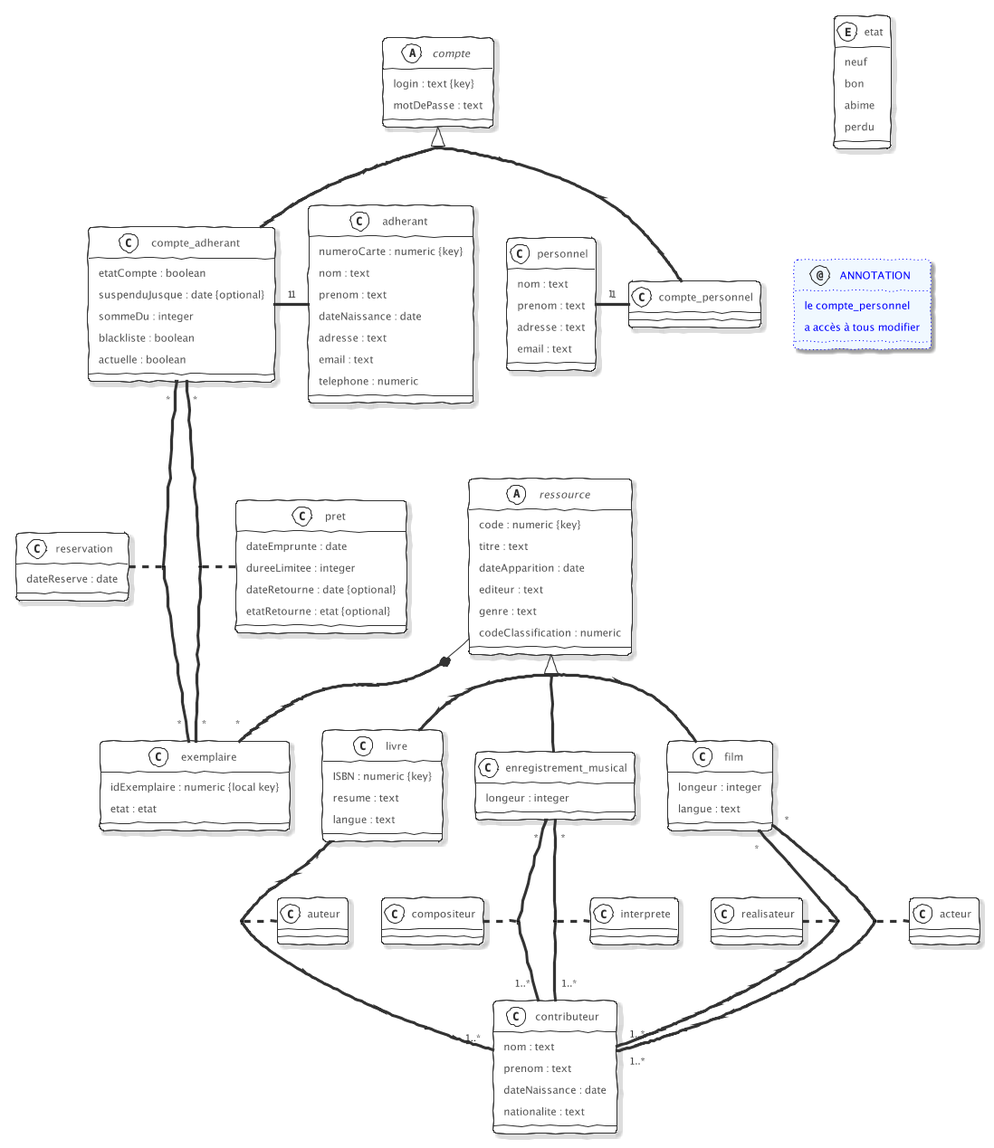
Before: rendu 2/MCD Biblio.png, a diagram exported from PlantUML (Ocean2356/Library-Management-System).
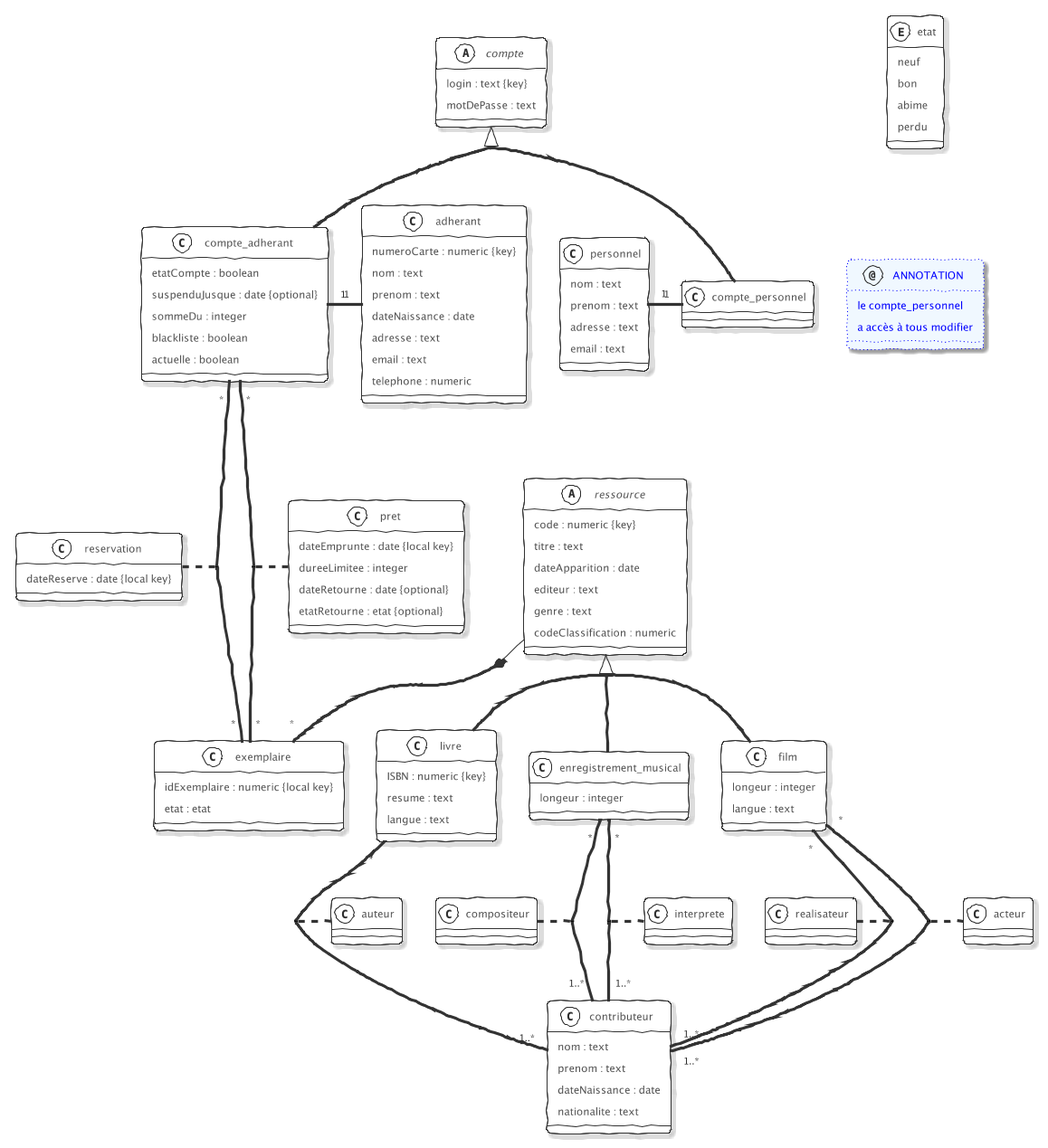
The same diagram one commit later.

Commit message:
Rajout local key

What changed in the source:
```diff
@@ -145,14 +145,14 @@
 
 
 class pret{
-    dateEmprunte : date
+    dateEmprunte : date {local key}
     dureeLimitee : integer
     dateRetourne : date {optional}
     etatRetourne : etat {optional}
 }
 
 class reservation{
-    dateReserve : date
+    dateReserve : date {local key}
 }
 
 @enduml
```
